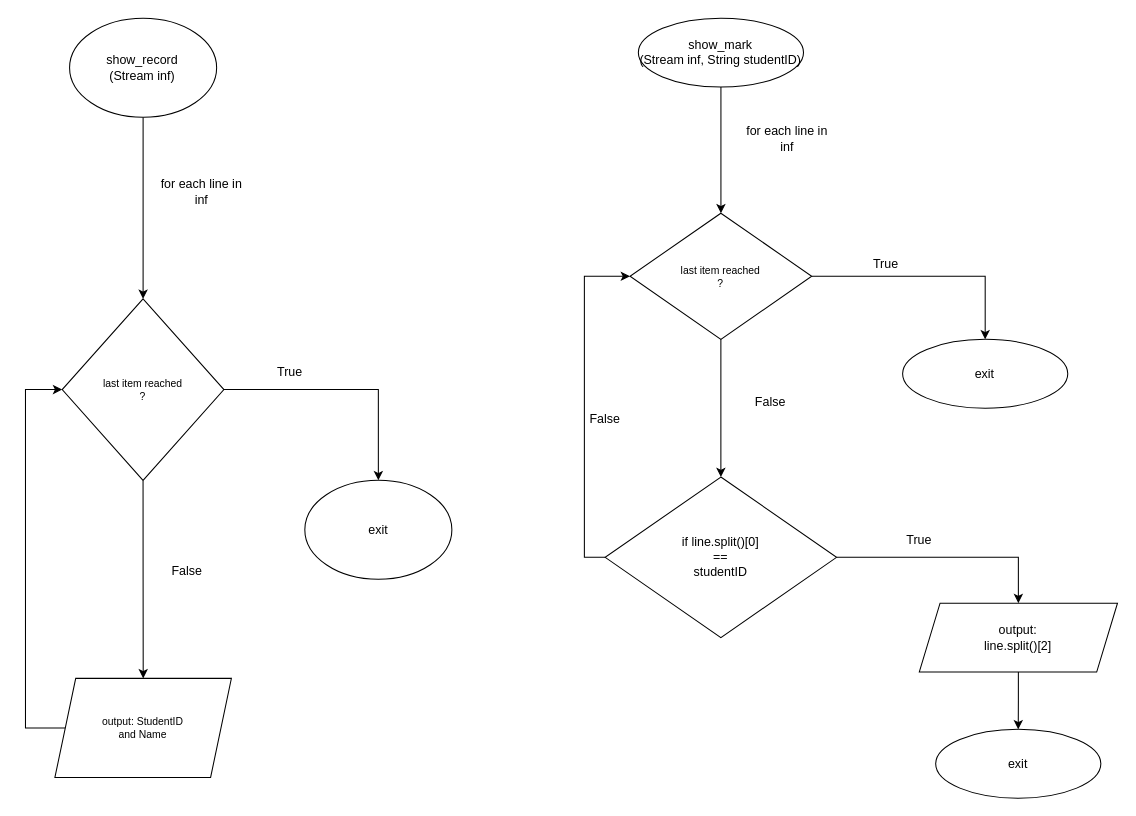
Earlier version of the draw.io diagram page "Page-5" (5 of 6) of Untitled Diagram.drawio (punyaprashun25/animated_login_form). Source tidied: cells renumbered, new cells numbered last; positions are measured from the earlier drawing's top-left corner, leaving out a move shared by most shapes. Both pictures are drawn from the tidied source at 104%, with x=0, y=0 at pixel (25, 18).
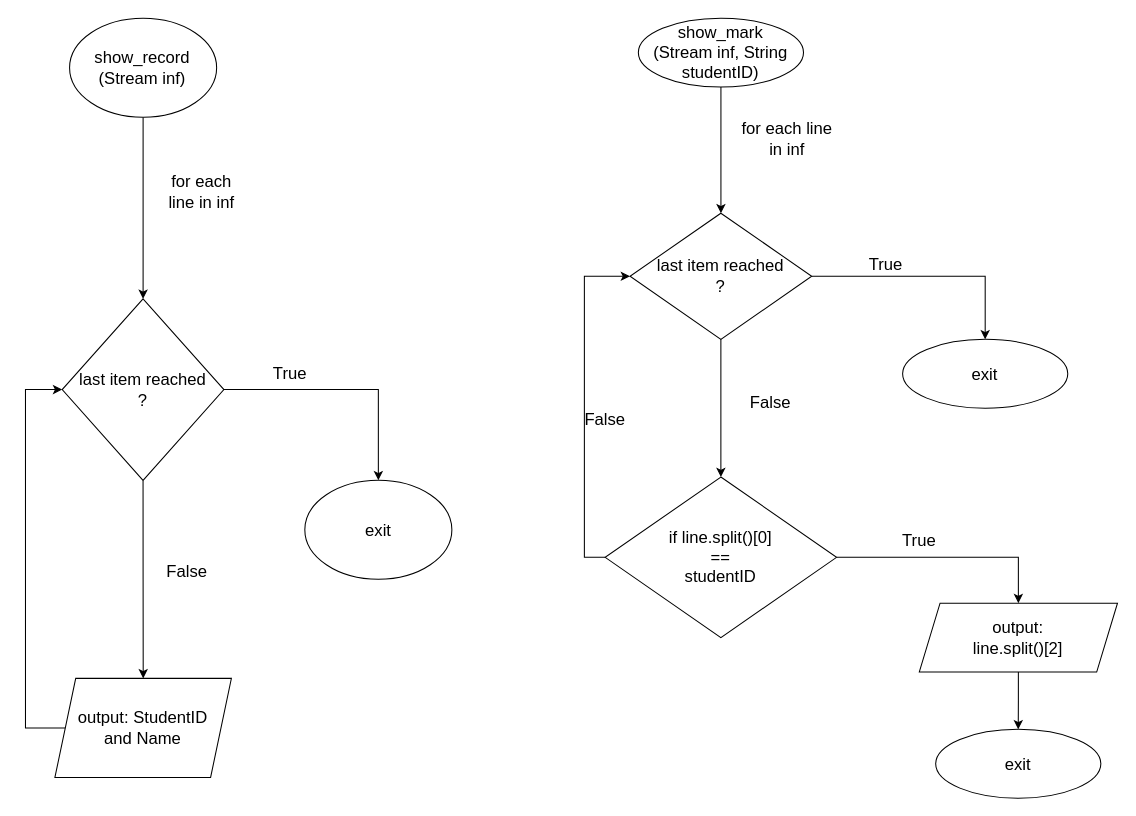
The same diagram, later.

Change to the diagram source:
```diff
@@
-    <mxCell id="2" style="group;" parent="1" vertex="1">
+    <mxCell id="2" style="group;fontSize=16;" parent="1" vertex="1">
       <mxGeometry width="410" height="730" as="geometry" />
     </mxCell>
-    <mxCell id="3" style="edgeStyle=orthogonalEdgeStyle;rounded=0;jettySize=auto;html=1;exitX=0.5;exitY=1;exitDx=0;exitDy=0;" parent="2" edge="1" source="4" target="7">
+    <mxCell id="3" style="edgeStyle=orthogonalEdgeStyle;rounded=0;jettySize=auto;html=1;exitX=0.5;exitY=1;exitDx=0;exitDy=0;fontSize=16;" parent="2" edge="1" source="4" target="7">
       <mxGeometry relative="1" as="geometry" />
     </mxCell>
-    <mxCell id="4" value="&lt;div&gt;show_record&lt;/div&gt;&lt;div&gt;(&lt;span style=&quot;background-color: initial;&quot;&gt;Stream inf)&lt;/span&gt;&lt;/div&gt;" style="ellipse;whiteSpace=wrap;html=1;" parent="2" vertex="1">
+    <mxCell id="4" value="&lt;div style=&quot;font-size: 16px;&quot;&gt;show_record&lt;/div&gt;&lt;div style=&quot;font-size: 16px;&quot;&gt;(&lt;span style=&quot;background-color: initial; font-size: 16px;&quot;&gt;Stream inf)&lt;/span&gt;&lt;/div&gt;" style="ellipse;whiteSpace=wrap;html=1;fontSize=16;" parent="2" vertex="1">
       <mxGeometry x="42.4" width="141.4" height="95.2" as="geometry" />
     </mxCell>
-    <mxCell id="5" style="edgeStyle=orthogonalEdgeStyle;rounded=0;jettySize=auto;html=1;exitX=1;exitY=0.5;exitDx=0;exitDy=0;entryX=0.5;entryY=0;entryDx=0;entryDy=0;" parent="2" edge="1" source="7" target="9">
+    <mxCell id="5" style="edgeStyle=orthogonalEdgeStyle;rounded=0;jettySize=auto;html=1;exitX=1;exitY=0.5;exitDx=0;exitDy=0;entryX=0.5;entryY=0;entryDx=0;entryDy=0;fontSize=16;" parent="2" edge="1" source="7" target="9">
       <mxGeometry relative="1" as="geometry" />
     </mxCell>
-    <mxCell id="6" style="edgeStyle=orthogonalEdgeStyle;rounded=0;jettySize=auto;html=1;exitX=0.5;exitY=1;exitDx=0;exitDy=0;" parent="2" edge="1" source="7" target="11">
+    <mxCell id="6" style="edgeStyle=orthogonalEdgeStyle;rounded=0;jettySize=auto;html=1;exitX=0.5;exitY=1;exitDx=0;exitDy=0;fontSize=16;" parent="2" edge="1" source="7" target="11">
       <mxGeometry relative="1" as="geometry" />
     </mxCell>
-    <mxCell id="7" value="&lt;font style=&quot;font-size: 10px;&quot;&gt;last item reached&lt;/font&gt;&lt;div style=&quot;font-size: 10px;&quot;&gt;&lt;font style=&quot;font-size: 10px;&quot;&gt;?&lt;/font&gt;&lt;/div&gt;" style="rhombus;whiteSpace=wrap;html=1;" parent="2" vertex="1">
+    <mxCell id="7" value="&lt;font style=&quot;font-size: 16px;&quot;&gt;last item reached&lt;/font&gt;&lt;div style=&quot;font-size: 16px;&quot;&gt;&lt;font style=&quot;font-size: 16px;&quot;&gt;?&lt;/font&gt;&lt;/div&gt;" style="rhombus;whiteSpace=wrap;html=1;fontSize=16;" parent="2" vertex="1">
       <mxGeometry x="35.3" y="269.8" width="155.5" height="174.6" as="geometry" />
     </mxCell>
-    <mxCell id="8" value="for each line in inf" style="text;html=1;align=center;verticalAlign=middle;whiteSpace=wrap;rounded=0;" parent="2" vertex="1">
+    <mxCell id="8" value="for each line in inf" style="text;html=1;align=center;verticalAlign=middle;whiteSpace=wrap;rounded=0;fontSize=16;" parent="2" vertex="1">
       <mxGeometry x="127.2" y="142.8" width="84.8" height="47.6" as="geometry" />
     </mxCell>
-    <mxCell id="9" value="exit" style="ellipse;whiteSpace=wrap;html=1;" parent="2" vertex="1">
+    <mxCell id="9" value="exit" style="ellipse;whiteSpace=wrap;html=1;fontSize=16;" parent="2" vertex="1">
       <mxGeometry x="268.6" y="444.3" width="141.4" height="95.2" as="geometry" />
     </mxCell>
-    <mxCell id="10" style="edgeStyle=orthogonalEdgeStyle;rounded=0;jettySize=auto;html=1;exitX=0;exitY=0.5;exitDx=0;exitDy=0;entryX=0;entryY=0.5;entryDx=0;entryDy=0;" parent="2" edge="1" source="11" target="7">
+    <mxCell id="10" style="edgeStyle=orthogonalEdgeStyle;rounded=0;jettySize=auto;html=1;exitX=0;exitY=0.5;exitDx=0;exitDy=0;entryX=0;entryY=0.5;entryDx=0;entryDy=0;fontSize=16;" parent="2" edge="1" source="11" target="7">
       <mxGeometry relative="1" as="geometry">
         <Array as="points">
           <mxPoint y="682.4" />
           <mxPoint y="357.1" />
         </Array>
       </mxGeometry>
     </mxCell>
-    <mxCell id="11" value="&lt;font style=&quot;font-size: 10px;&quot;&gt;output: StudentID&lt;/font&gt;&lt;div style=&quot;font-size: 10px;&quot;&gt;&lt;font style=&quot;font-size: 10px;&quot;&gt;and Name&lt;/font&gt;&lt;/div&gt;" style="shape=parallelogram;perimeter=parallelogramPerimeter;whiteSpace=wrap;html=1;fixedSize=1;" parent="2" vertex="1">
+    <mxCell id="11" value="&lt;font style=&quot;font-size: 16px;&quot;&gt;output: StudentID&lt;/font&gt;&lt;div style=&quot;font-size: 16px;&quot;&gt;&lt;font style=&quot;font-size: 16px;&quot;&gt;and Name&lt;/font&gt;&lt;/div&gt;" style="shape=parallelogram;perimeter=parallelogramPerimeter;whiteSpace=wrap;html=1;fixedSize=1;fontSize=16;" parent="2" vertex="1">
       <mxGeometry x="28.3" y="634.8" width="169.7" height="95.2" as="geometry" />
     </mxCell>
-    <mxCell id="12" value="True" style="text;html=1;align=center;verticalAlign=middle;whiteSpace=wrap;rounded=0;" parent="2" vertex="1">
+    <mxCell id="12" value="True" style="text;html=1;align=center;verticalAlign=middle;whiteSpace=wrap;rounded=0;fontSize=16;" parent="2" vertex="1">
       <mxGeometry x="212.1" y="317.4" width="84.8" height="47.6" as="geometry" />
     </mxCell>
-    <mxCell id="13" value="False" style="text;html=1;align=center;verticalAlign=middle;whiteSpace=wrap;rounded=0;" parent="2" vertex="1">
+    <mxCell id="13" value="False" style="text;html=1;align=center;verticalAlign=middle;whiteSpace=wrap;rounded=0;fontSize=16;" parent="2" vertex="1">
       <mxGeometry x="113.1" y="507.8" width="84.8" height="47.6" as="geometry" />
     </mxCell>
-    <mxCell id="14" style="group;" parent="1" vertex="1">
+    <mxCell id="14" style="group;fontSize=16;" parent="1" vertex="1">
       <mxGeometry x="510" width="540" height="750" as="geometry" />
     </mxCell>
-    <mxCell id="15" style="edgeStyle=orthogonalEdgeStyle;rounded=0;jettySize=auto;html=1;exitX=0.5;exitY=1;exitDx=0;exitDy=0;" parent="14" edge="1" source="16" target="19">
+    <mxCell id="15" style="edgeStyle=orthogonalEdgeStyle;rounded=0;jettySize=auto;html=1;exitX=0.5;exitY=1;exitDx=0;exitDy=0;fontSize=16;" parent="14" edge="1" source="16" target="19">
       <mxGeometry relative="1" as="geometry" />
     </mxCell>
-    <mxCell id="16" value="&lt;div&gt;show_mark&lt;/div&gt;&lt;div&gt;(&lt;span style=&quot;background-color: initial;&quot;&gt;Stream inf, String studentID)&lt;/span&gt;&lt;/div&gt;" style="ellipse;whiteSpace=wrap;html=1;" parent="14" vertex="1">
+    <mxCell id="16" value="&lt;div style=&quot;font-size: 16px;&quot;&gt;show_mark&lt;/div&gt;&lt;div style=&quot;font-size: 16px;&quot;&gt;(&lt;span style=&quot;background-color: initial; font-size: 16px;&quot;&gt;Stream inf, String studentID)&lt;/span&gt;&lt;/div&gt;" style="ellipse;whiteSpace=wrap;html=1;fontSize=16;" parent="14" vertex="1">
       <mxGeometry x="79.3" width="158.8" height="66.2" as="geometry" />
     </mxCell>
-    <mxCell id="17" style="edgeStyle=orthogonalEdgeStyle;rounded=0;jettySize=auto;html=1;exitX=1;exitY=0.5;exitDx=0;exitDy=0;entryX=0.5;entryY=0;entryDx=0;entryDy=0;" parent="14" edge="1" source="19" target="21">
+    <mxCell id="17" style="edgeStyle=orthogonalEdgeStyle;rounded=0;jettySize=auto;html=1;exitX=1;exitY=0.5;exitDx=0;exitDy=0;entryX=0.5;entryY=0;entryDx=0;entryDy=0;fontSize=16;" parent="14" edge="1" source="19" target="21">
       <mxGeometry relative="1" as="geometry" />
     </mxCell>
-    <mxCell id="18" style="edgeStyle=orthogonalEdgeStyle;rounded=0;jettySize=auto;html=1;exitX=0.5;exitY=1;exitDx=0;exitDy=0;entryX=0.5;entryY=0;entryDx=0;entryDy=0;" parent="14" edge="1" source="19" target="26">
+    <mxCell id="18" style="edgeStyle=orthogonalEdgeStyle;rounded=0;jettySize=auto;html=1;exitX=0.5;exitY=1;exitDx=0;exitDy=0;entryX=0.5;entryY=0;entryDx=0;entryDy=0;fontSize=16;" parent="14" edge="1" source="19" target="26">
       <mxGeometry relative="1" as="geometry" />
     </mxCell>
-    <mxCell id="19" value="&lt;font style=&quot;font-size: 10px;&quot;&gt;last item reached&lt;/font&gt;&lt;div style=&quot;font-size: 10px;&quot;&gt;&lt;font style=&quot;font-size: 10px;&quot;&gt;?&lt;/font&gt;&lt;/div&gt;" style="rhombus;whiteSpace=wrap;html=1;" parent="14" vertex="1">
+    <mxCell id="19" value="&lt;font style=&quot;font-size: 16px;&quot;&gt;last item reached&lt;/font&gt;&lt;div style=&quot;font-size: 16px;&quot;&gt;&lt;font style=&quot;font-size: 16px;&quot;&gt;?&lt;/font&gt;&lt;/div&gt;" style="rhombus;whiteSpace=wrap;html=1;fontSize=16;" parent="14" vertex="1">
       <mxGeometry x="71.3" y="187.5" width="174.7" height="121.3" as="geometry" />
     </mxCell>
-    <mxCell id="20" value="for each line in inf" style="text;html=1;align=center;verticalAlign=middle;whiteSpace=wrap;rounded=0;" parent="14" vertex="1">
+    <mxCell id="20" value="for each line in inf" style="text;html=1;align=center;verticalAlign=middle;whiteSpace=wrap;rounded=0;fontSize=16;" parent="14" vertex="1">
       <mxGeometry x="174.6" y="99.3" width="95.3" height="33.1" as="geometry" />
     </mxCell>
-    <mxCell id="21" value="exit" style="ellipse;whiteSpace=wrap;html=1;" parent="14" vertex="1">
+    <mxCell id="21" value="exit" style="ellipse;whiteSpace=wrap;html=1;fontSize=16;" parent="14" vertex="1">
       <mxGeometry x="333.4" y="308.8" width="158.8" height="66.2" as="geometry" />
     </mxCell>
-    <mxCell id="22" value="True" style="text;html=1;align=center;verticalAlign=middle;whiteSpace=wrap;rounded=0;" parent="14" vertex="1">
+    <mxCell id="22" value="True" style="text;html=1;align=center;verticalAlign=middle;whiteSpace=wrap;rounded=0;fontSize=16;" parent="14" vertex="1">
       <mxGeometry x="269.9" y="220.6" width="95.3" height="33.1" as="geometry" />
     </mxCell>
-    <mxCell id="23" value="False" style="text;html=1;align=center;verticalAlign=middle;whiteSpace=wrap;rounded=0;" parent="14" vertex="1">
+    <mxCell id="23" value="False" style="text;html=1;align=center;verticalAlign=middle;whiteSpace=wrap;rounded=0;fontSize=16;" parent="14" vertex="1">
       <mxGeometry x="158.7" y="352.9" width="95.3" height="33.1" as="geometry" />
     </mxCell>
-    <mxCell id="24" style="edgeStyle=orthogonalEdgeStyle;rounded=0;jettySize=auto;html=1;exitX=1;exitY=0.5;exitDx=0;exitDy=0;entryX=0.5;entryY=0;entryDx=0;entryDy=0;" parent="14" edge="1" source="26" target="28">
+    <mxCell id="24" style="edgeStyle=orthogonalEdgeStyle;rounded=0;jettySize=auto;html=1;exitX=1;exitY=0.5;exitDx=0;exitDy=0;entryX=0.5;entryY=0;entryDx=0;entryDy=0;fontSize=16;" parent="14" edge="1" source="26" target="28">
       <mxGeometry relative="1" as="geometry" />
     </mxCell>
-    <mxCell id="25" style="edgeStyle=orthogonalEdgeStyle;rounded=0;jettySize=auto;html=1;exitX=0;exitY=0.5;exitDx=0;exitDy=0;entryX=0;entryY=0.5;entryDx=0;entryDy=0;" parent="14" edge="1" source="26" target="19">
+    <mxCell id="25" style="edgeStyle=orthogonalEdgeStyle;rounded=0;jettySize=auto;html=1;exitX=0;exitY=0.5;exitDx=0;exitDy=0;entryX=0;entryY=0.5;entryDx=0;entryDy=0;fontSize=16;" parent="14" edge="1" source="26" target="19">
       <mxGeometry relative="1" as="geometry" />
     </mxCell>
-    <mxCell id="26" value="if line.split()[0]&lt;div&gt;==&lt;/div&gt;&lt;div&gt;studentID&lt;/div&gt;" style="rhombus;whiteSpace=wrap;html=1;" parent="14" vertex="1">
+    <mxCell id="26" value="if line.split()[0]&lt;div style=&quot;font-size: 16px;&quot;&gt;==&lt;/div&gt;&lt;div style=&quot;font-size: 16px;&quot;&gt;studentID&lt;/div&gt;" style="rhombus;whiteSpace=wrap;html=1;fontSize=16;" parent="14" vertex="1">
       <mxGeometry x="47.4" y="441.2" width="222.5" height="154.4" as="geometry" />
     </mxCell>
-    <mxCell id="27" style="edgeStyle=orthogonalEdgeStyle;rounded=0;jettySize=auto;html=1;exitX=0.5;exitY=1;exitDx=0;exitDy=0;entryX=0.5;entryY=0;entryDx=0;entryDy=0;" parent="14" edge="1" source="28" target="29">
+    <mxCell id="27" style="edgeStyle=orthogonalEdgeStyle;rounded=0;jettySize=auto;html=1;exitX=0.5;exitY=1;exitDx=0;exitDy=0;entryX=0.5;entryY=0;entryDx=0;entryDy=0;fontSize=16;" parent="14" edge="1" source="28" target="29">
       <mxGeometry relative="1" as="geometry" />
     </mxCell>
-    <mxCell id="28" value="output:&lt;div&gt;line.split()[2]&lt;/div&gt;" style="shape=parallelogram;perimeter=parallelogramPerimeter;whiteSpace=wrap;html=1;fixedSize=1;size=19.999999999999773;" parent="14" vertex="1">
+    <mxCell id="28" value="output:&lt;div style=&quot;font-size: 16px;&quot;&gt;line.split()[2]&lt;/div&gt;" style="shape=parallelogram;perimeter=parallelogramPerimeter;whiteSpace=wrap;html=1;fixedSize=1;size=19.999999999999773;fontSize=16;" parent="14" vertex="1">
       <mxGeometry x="349.4" y="562.5" width="190.6" height="66.2" as="geometry" />
     </mxCell>
-    <mxCell id="29" value="exit" style="ellipse;whiteSpace=wrap;html=1;" parent="14" vertex="1">
+    <mxCell id="29" value="exit" style="ellipse;whiteSpace=wrap;html=1;fontSize=16;" parent="14" vertex="1">
       <mxGeometry x="365.2" y="683.8" width="158.8" height="66.2" as="geometry" />
     </mxCell>
-    <mxCell id="30" value="True" style="text;html=1;align=center;verticalAlign=middle;whiteSpace=wrap;rounded=0;" parent="14" vertex="1">
+    <mxCell id="30" value="True" style="text;html=1;align=center;verticalAlign=middle;whiteSpace=wrap;rounded=0;fontSize=16;" parent="14" vertex="1">
       <mxGeometry x="301.8" y="485.3" width="95.3" height="33.1" as="geometry" />
     </mxCell>
-    <mxCell id="31" value="False" style="text;html=1;align=center;verticalAlign=middle;whiteSpace=wrap;rounded=0;" parent="14" vertex="1">
+    <mxCell id="31" value="False" style="text;html=1;align=center;verticalAlign=middle;whiteSpace=wrap;rounded=0;fontSize=16;" parent="14" vertex="1">
       <mxGeometry y="369.5" width="95.3" height="33.1" as="geometry" />
     </mxCell>
```
